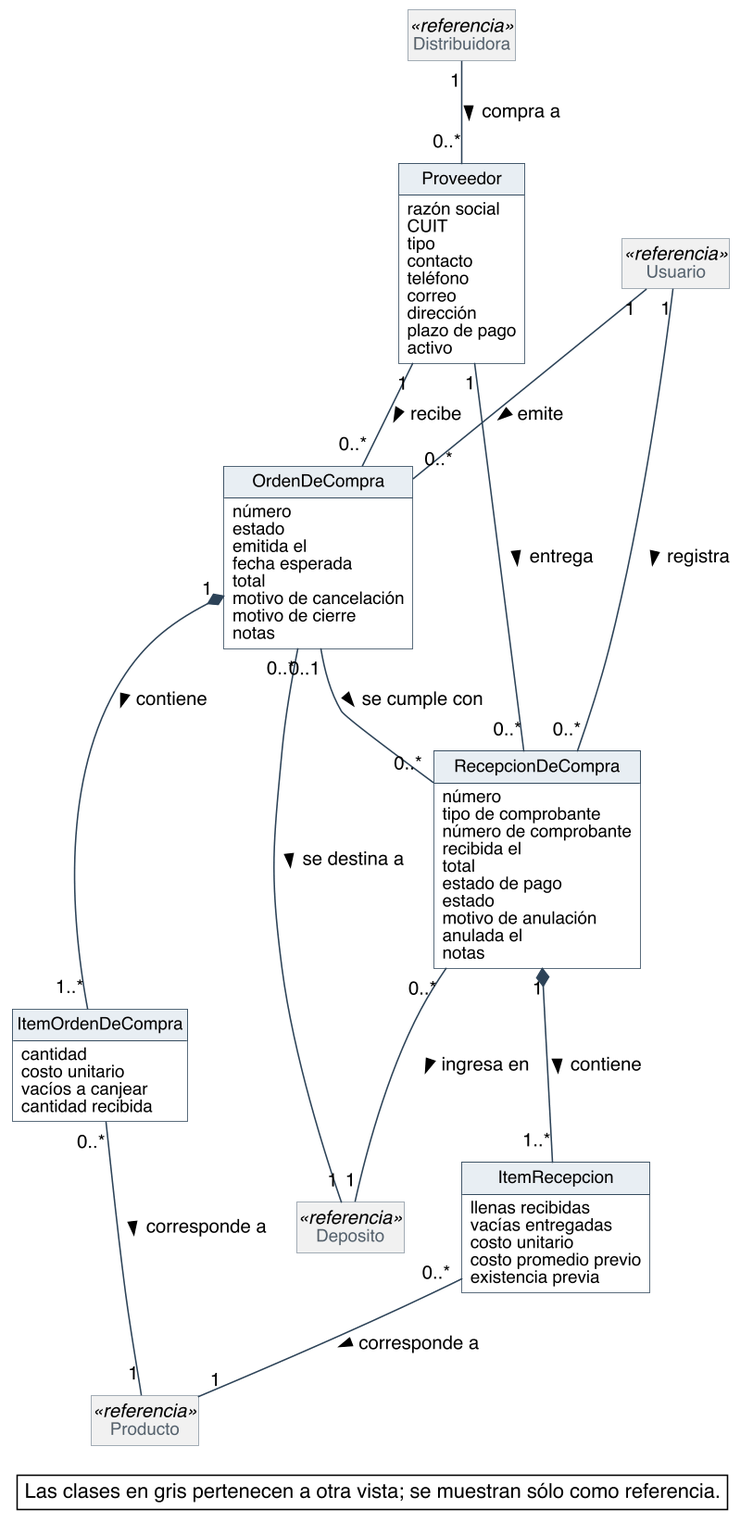
Nahuelito-Dev/splg-docs keeps this PlantUML diagram as diagramas/modelo-conceptual/MC_Compras.png. Above is the earlier version.
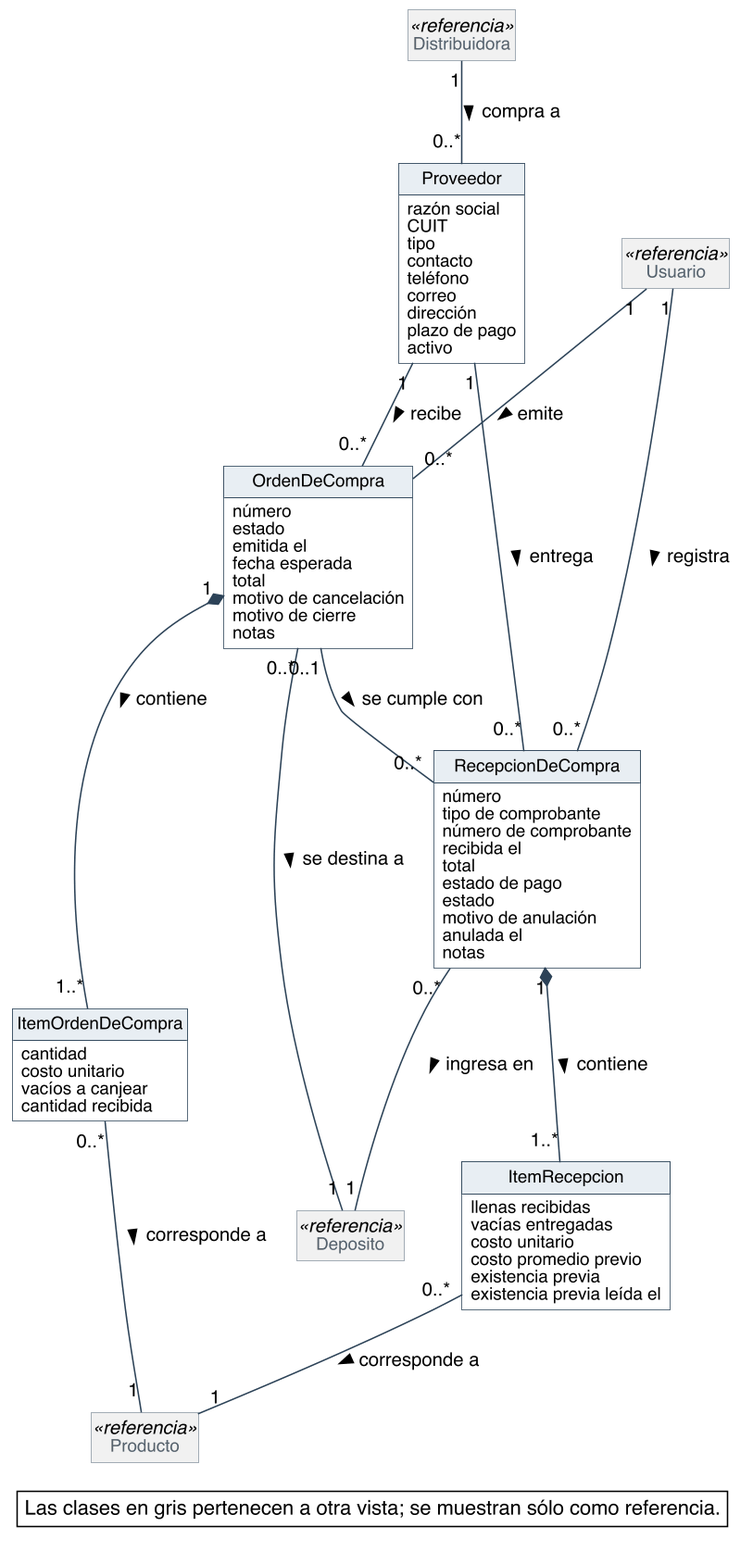
Above is the later version.

Diff of the diagram source:
```diff
@@ -80,6 +80,7 @@
   costo unitario
   costo promedio previo
   existencia previa
+  existencia previa leída el
 }
 class Deposito <<referencia>>
 class Producto <<referencia>>
```
